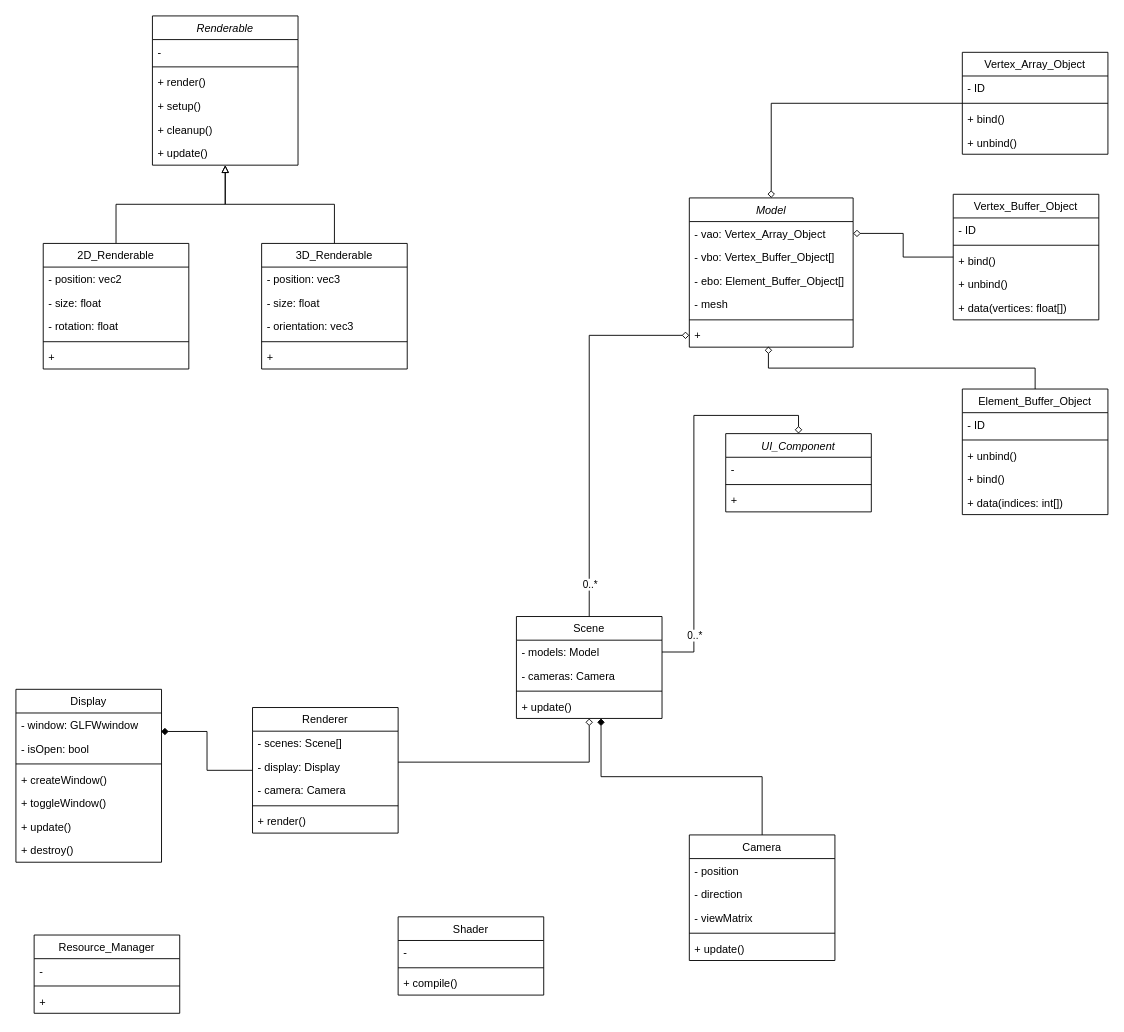
harriszk/science keeps this draw.io diagram as Render_Engine.drawio. Above is the earlier version. Source tidied: cells renumbered, new cells numbered last; positions are measured from the earlier drawing's top-left corner, leaving out a move shared by most shapes. Both pictures are drawn from the tidied source at 91%, with x=0, y=0 at pixel (15, 15).
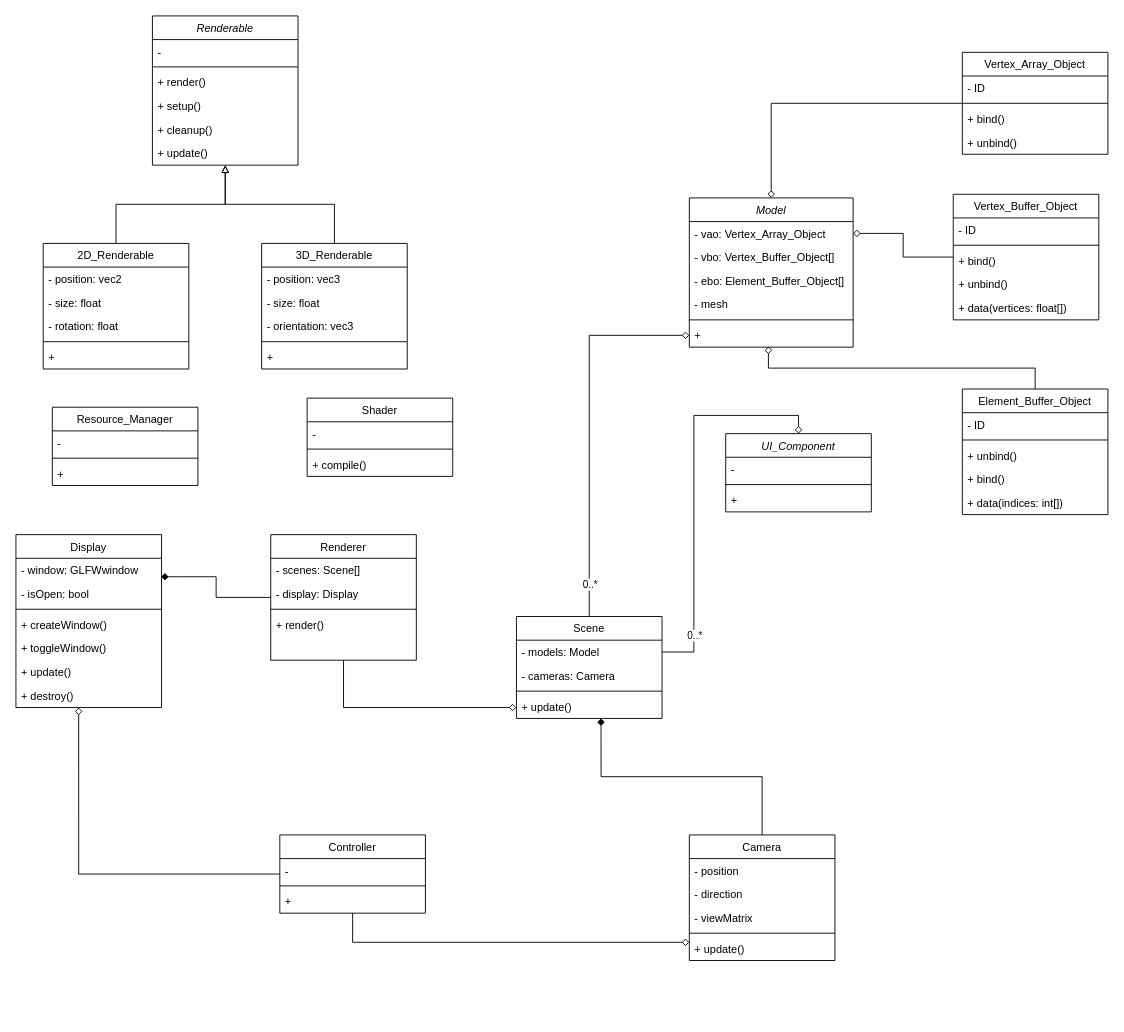
The same page after the edit.

Unchanged cells that the change refers to:
```xml
<mxCell id="60" value="+ update()" style="text;align=left;verticalAlign=top;spacingLeft=4;spacingRight=4;overflow=hidden;points=[[0,0.5],[1,0.5]];portConstraint=eastwest;fontStyle=0;" parent="55" vertex="1">
  <mxGeometry y="112" width="160" height="26" as="geometry" />
</mxCell>
<mxCell id="67" value="+ update()" style="text;align=left;verticalAlign=top;spacingLeft=4;spacingRight=4;overflow=hidden;points=[[0,0.5],[1,0.5]];portConstraint=eastwest;fontStyle=0;" parent="63" vertex="1">
  <mxGeometry y="86" width="160" height="26" as="geometry" />
</mxCell>
<mxCell id="91" value="+ destroy()" style="text;align=left;verticalAlign=top;spacingLeft=4;spacingRight=4;overflow=hidden;points=[[0,0.5],[1,0.5]];portConstraint=eastwest;fontStyle=0;" parent="84" vertex="1">
  <mxGeometry y="164" width="160" height="26" as="geometry" />
</mxCell>
```

The edit, as a diff of the source:
```diff
@@
     <mxCell id="30" value="Shader" style="swimlane;fontStyle=0;align=center;verticalAlign=top;horizontal=1;startSize=26;rounded=0;shadow=0;strokeWidth=1;" parent="1" vertex="1">
-      <mxGeometry x="420" y="990" width="160" height="86" as="geometry" />
+      <mxGeometry x="320" y="420" width="160" height="86" as="geometry" />
     </mxCell>
@@
     <mxCell id="69" style="edgeStyle=orthogonalEdgeStyle;rounded=0;jettySize=auto;html=1;strokeColor=default;endArrow=diamond;endFill=0;" parent="1" edge="1" source="70" target="67">
       <mxGeometry relative="1" as="geometry">
         <Array as="points">
-          <mxPoint x="630" y="820" />
+          <mxPoint x="360" y="760" />
         </Array>
       </mxGeometry>
     </mxCell>
     <mxCell id="70" value="Renderer" style="swimlane;fontStyle=0;align=center;verticalAlign=top;horizontal=1;startSize=26;rounded=0;shadow=0;strokeWidth=1;" parent="1" vertex="1">
-      <mxGeometry x="260" y="760" width="160" height="138" as="geometry" />
+      <mxGeometry x="280" y="570" width="160" height="138" as="geometry" />
     </mxCell>
@@
-    <mxCell id="73" value="- camera: Camera" style="text;align=left;verticalAlign=top;spacingLeft=4;spacingRight=4;overflow=hidden;" parent="70" vertex="1">
-      <mxGeometry y="78" width="160" height="26" as="geometry" />
-    </mxCell>
     <mxCell id="74" style="line;html=1;strokeWidth=1;align=left;verticalAlign=middle;spacingTop=-1;spacingLeft=3;spacingRight=3;labelPosition=right;" parent="70" vertex="1">
-      <mxGeometry y="104" width="160" height="8" as="geometry" />
+      <mxGeometry y="78" width="160" height="8" as="geometry" />
     </mxCell>
     <mxCell id="75" value="+ render()" style="text;align=left;verticalAlign=top;spacingLeft=4;spacingRight=4;overflow=hidden;fontStyle=0;" parent="70" vertex="1">
-      <mxGeometry y="112" width="160" height="26" as="geometry" />
+      <mxGeometry y="86" width="160" height="26" as="geometry" />
     </mxCell>
     <mxCell id="76" value="Resource_Manager" style="swimlane;fontStyle=0;align=center;verticalAlign=top;horizontal=1;startSize=26;rounded=0;shadow=0;strokeWidth=1;" parent="1" vertex="1">
-      <mxGeometry x="20" y="1010" width="160" height="86" as="geometry" />
+      <mxGeometry x="40" y="430" width="160" height="86" as="geometry" />
     </mxCell>
@@
     <mxCell id="84" value="Display" style="swimlane;fontStyle=0;align=center;verticalAlign=top;horizontal=1;startSize=26;rounded=0;shadow=0;strokeWidth=1;" parent="1" vertex="1">
-      <mxGeometry y="740" width="160" height="190" as="geometry" />
+      <mxGeometry y="570" width="160" height="190" as="geometry" />
     </mxCell>
@@
+    <mxCell id="94" style="edgeStyle=orthogonalEdgeStyle;rounded=0;html=1;entryX=0.431;entryY=1;entryDx=0;entryDy=0;entryPerimeter=0;endArrow=diamond;endFill=0;" parent="1" edge="1" source="96" target="91">
+      <mxGeometry relative="1" as="geometry">
+        <Array as="points">
+          <mxPoint x="69" y="943" />
+        </Array>
+      </mxGeometry>
+    </mxCell>
+    <mxCell id="95" style="edgeStyle=orthogonalEdgeStyle;rounded=0;html=1;entryX=0;entryY=0.231;entryDx=0;entryDy=0;entryPerimeter=0;endArrow=diamond;endFill=0;" parent="1" edge="1" source="96" target="60">
+      <mxGeometry relative="1" as="geometry" />
+    </mxCell>
+    <mxCell id="96" value="Controller" style="swimlane;fontStyle=0;align=center;verticalAlign=top;horizontal=1;startSize=26;rounded=0;shadow=0;strokeWidth=1;" parent="1" vertex="1">
+      <mxGeometry x="290" y="900" width="160" height="86" as="geometry" />
+    </mxCell>
+    <mxCell id="97" value="-" style="text;align=left;verticalAlign=top;spacingLeft=4;spacingRight=4;overflow=hidden;" parent="96" vertex="1">
+      <mxGeometry y="26" width="160" height="26" as="geometry" />
+    </mxCell>
+    <mxCell id="98" style="line;html=1;strokeWidth=1;align=left;verticalAlign=middle;spacingTop=-1;spacingLeft=3;spacingRight=3;labelPosition=right;" parent="96" vertex="1">
+      <mxGeometry y="52" width="160" height="8" as="geometry" />
+    </mxCell>
+    <mxCell id="99" value="+" style="text;align=left;verticalAlign=top;spacingLeft=4;spacingRight=4;overflow=hidden;fontStyle=0;" parent="96" vertex="1">
+      <mxGeometry y="60" width="160" height="26" as="geometry" />
+    </mxCell>
```
